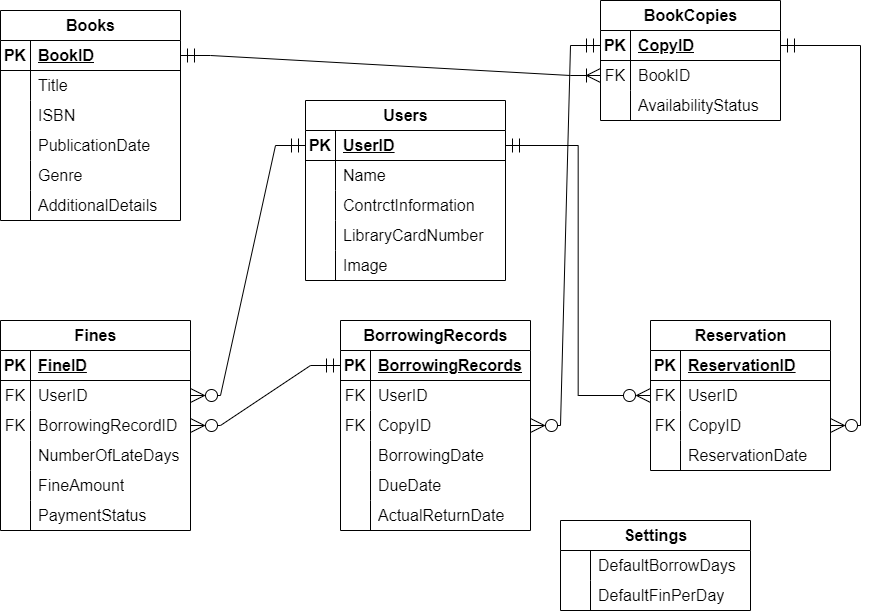
This is Library Relational Schema.png from amineElgaini/LibraryApp, a draw.io export, as it was before one commit. Source tidied: cells renumbered, new cells last; positions are measured from the earlier drawing's top-left corner, leaving out a move shared by most shapes.
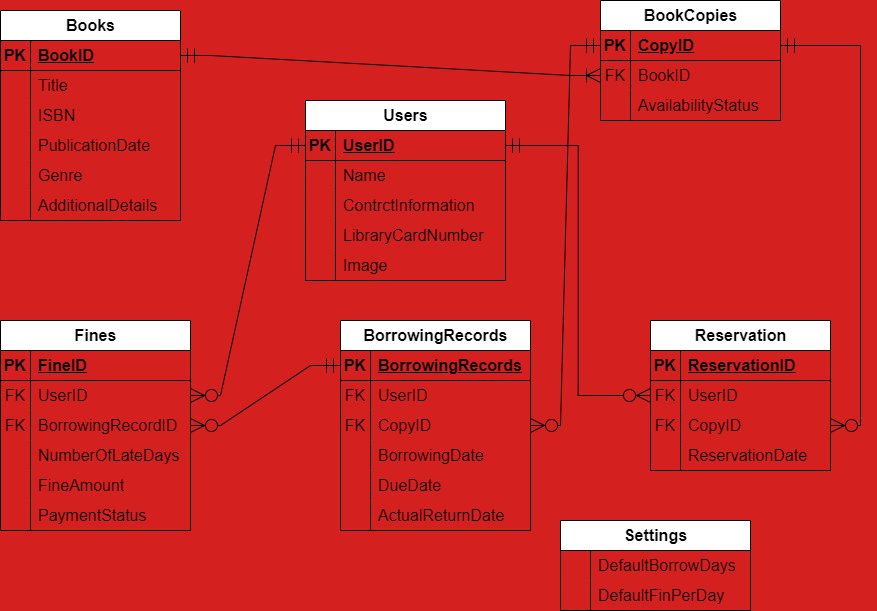
Above is the later version.

What changed in the source:
```diff
@@ -1,4 +1,4 @@
-<mxGraphModel>
+<mxGraphModel background="#d52020">
   <root>
     <mxCell id="0" />
     <mxCell id="1" parent="0" />
@@ -279,7 +279,7 @@
         </Array>
       </mxGeometry>
     </mxCell>
-    <mxCell id="93" value="Reservation" style="shape=table;startSize=30;rowLines=0;fontStyle=1;align=center;html=1;fontSize=16;fillColor=none;" parent="1" vertex="1">
+    <mxCell id="93" value="Reservation" style="shape=table;startSize=30;rowLines=0;fontStyle=1;align=center;html=1;fontSize=16;fillColor=default;" parent="1" vertex="1">
       <mxGeometry x="650" y="320" width="180" height="150" as="geometry" />
     </mxCell>
     <mxCell id="94" style="shape=tableRow;horizontal=0;startSize=0;swimlaneHead=0;swimlaneBody=0;fillColor=none;top=0;left=0;right=0;bottom=1;fontSize=16;" parent="93" vertex="1">
```
